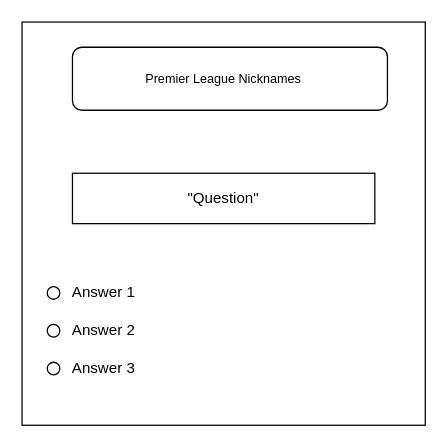
Before: plan.drawio in zionapril/03_Sports_Quiz_Program, a draw.io diagram. Source tidied: cells renumbered, new cells numbered last; positions are measured from the earlier drawing's top-left corner, leaving out a move shared by most shapes. Both pictures are drawn from the tidied source at 126%, with x=0, y=0 at pixel (21, 21).
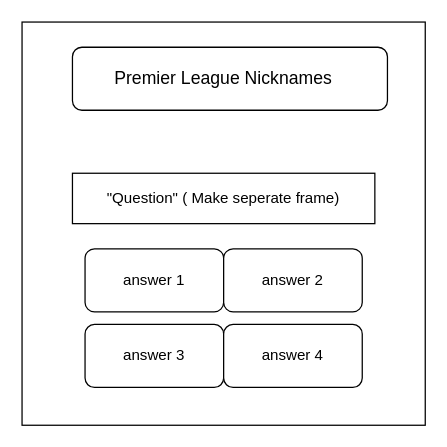
After the change.

Commit message (it also covers changes not shown here):
Created a button to go onto next question

The edit, as a diff of the source:
```diff
@@
 <mxGraphModel>
   <root>
     <mxCell id="0" />
     <mxCell id="1" parent="0" />
     <mxCell id="2" style="whiteSpace=wrap;html=1;" parent="1" vertex="1">
       <mxGeometry width="320" height="320" as="geometry" />
     </mxCell>
     <mxCell id="3" style="rounded=1;whiteSpace=wrap;html=1;" parent="1" vertex="1">
       <mxGeometry x="40" y="20" width="250" height="50" as="geometry" />
     </mxCell>
-    <mxCell id="4" value="&lt;font size=&quot;1&quot;&gt;Premier League Nicknames&lt;/font&gt;" style="text;html=1;strokeColor=none;fillColor=none;align=center;verticalAlign=middle;whiteSpace=wrap;rounded=0;" parent="1" vertex="1">
+    <mxCell id="4" value="&lt;font style=&quot;font-size: 14px&quot;&gt;Premier League Nicknames&lt;/font&gt;" style="text;html=1;strokeColor=none;fillColor=none;align=center;verticalAlign=middle;whiteSpace=wrap;rounded=0;" parent="1" vertex="1">
       <mxGeometry x="60" y="32.5" width="200" height="25" as="geometry" />
     </mxCell>
-    <mxCell id="5" value="&quot;Question&quot;" style="rounded=0;whiteSpace=wrap;html=1;" parent="1" vertex="1">
+    <mxCell id="5" value="&quot;Question&quot; ( Make seperate frame)" style="rounded=0;whiteSpace=wrap;html=1;" parent="1" vertex="1">
       <mxGeometry x="40" y="120" width="240" height="40" as="geometry" />
     </mxCell>
-    <mxCell id="6" style="ellipse;whiteSpace=wrap;html=1;" parent="1" vertex="1">
-      <mxGeometry x="20" y="210" width="10" height="10" as="geometry" />
-    </mxCell>
-    <mxCell id="7" style="ellipse;whiteSpace=wrap;html=1;" parent="1" vertex="1">
-      <mxGeometry x="20" y="240" width="10" height="10" as="geometry" />
-    </mxCell>
-    <mxCell id="8" style="ellipse;whiteSpace=wrap;html=1;" parent="1" vertex="1">
-      <mxGeometry x="20" y="270" width="10" height="10" as="geometry" />
-    </mxCell>
-    <mxCell id="9" value="Answer 1" style="text;html=1;strokeColor=none;fillColor=none;align=center;verticalAlign=middle;whiteSpace=wrap;rounded=0;" parent="1" vertex="1">
-      <mxGeometry x="30" y="207.5" width="70" height="15" as="geometry" />
-    </mxCell>
-    <mxCell id="10" value="Answer 2" style="text;html=1;strokeColor=none;fillColor=none;align=center;verticalAlign=middle;whiteSpace=wrap;rounded=0;" parent="1" vertex="1">
-      <mxGeometry x="30" y="237.5" width="70" height="15" as="geometry" />
-    </mxCell>
-    <mxCell id="11" value="Answer 3" style="text;html=1;strokeColor=none;fillColor=none;align=center;verticalAlign=middle;whiteSpace=wrap;rounded=0;" parent="1" vertex="1">
-      <mxGeometry x="30" y="267.5" width="70" height="15" as="geometry" />
+    <mxCell id="11" value="answer 1" style="rounded=1;whiteSpace=wrap;html=1;" parent="1" vertex="1">
+      <mxGeometry x="50" y="180" width="110" height="50" as="geometry" />
     </mxCell>
+    <mxCell id="12" value="answer 2" style="rounded=1;whiteSpace=wrap;html=1;" parent="1" vertex="1">
+      <mxGeometry x="160" y="180" width="110" height="50" as="geometry" />
+    </mxCell>
+    <mxCell id="13" value="answer 3" style="rounded=1;whiteSpace=wrap;html=1;" parent="1" vertex="1">
+      <mxGeometry x="50" y="240" width="110" height="50" as="geometry" />
+    </mxCell>
+    <mxCell id="14" value="answer 4" style="rounded=1;whiteSpace=wrap;html=1;" parent="1" vertex="1">
+      <mxGeometry x="160" y="240" width="110" height="50" as="geometry" />
+    </mxCell>
   </root>
 </mxGraphModel>
```
